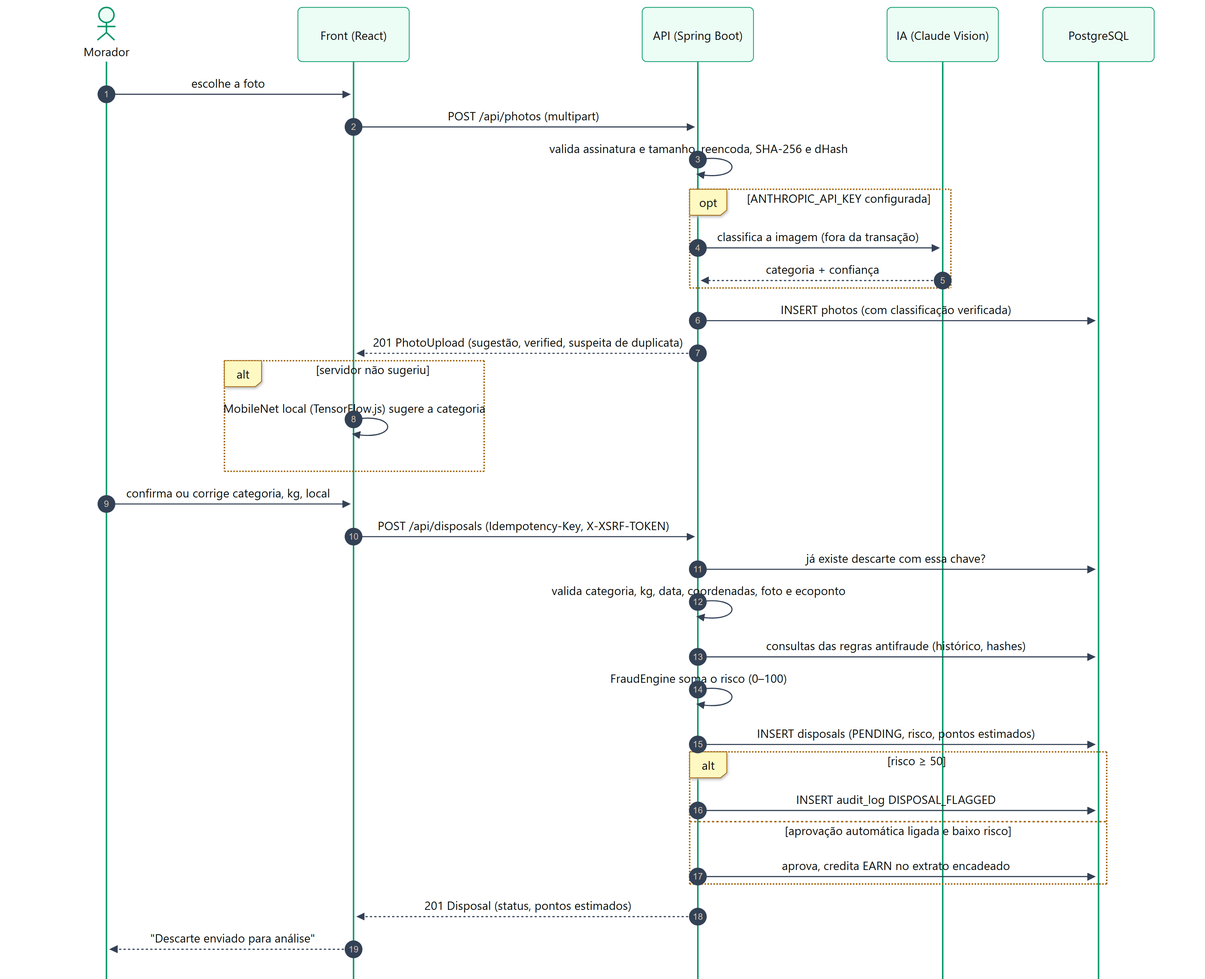
Above: docs/diagramas/seq-descarte.png in Leandro-Rafael/ExpoTech2.0_2026 (Mermaid), before the change. Its source is kept beside it as docs/diagramas/src/seq-descarte.mmd.
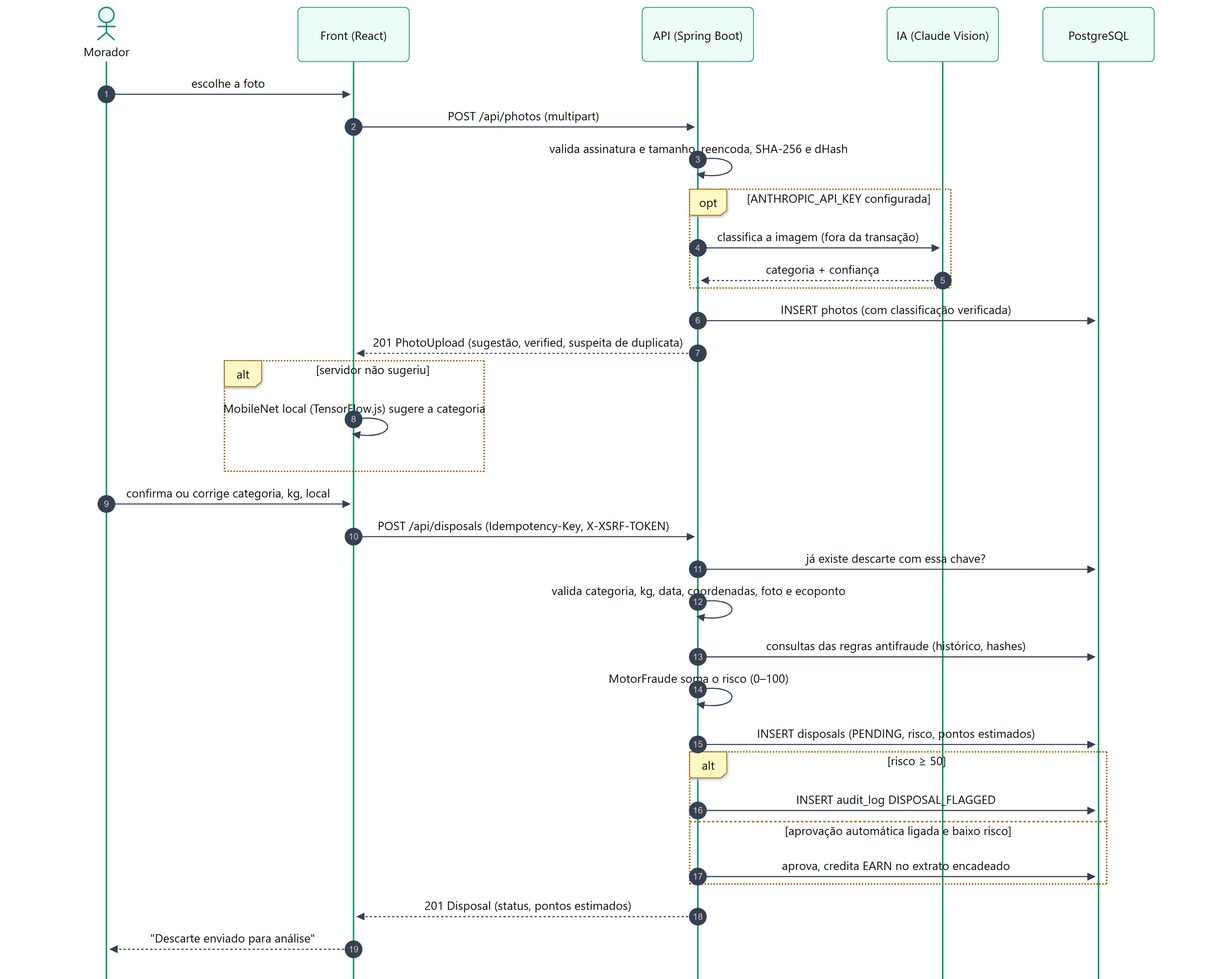
The same file after the commit.

The edit, as a diff of the source:
```diff
@@ -23,7 +23,7 @@
     A->>D: já existe descarte com essa chave?
     A->>A: valida categoria, kg, data, coordenadas, foto e ecoponto
     A->>D: consultas das regras antifraude (histórico, hashes)
-    A->>A: FraudEngine soma o risco (0–100)
+    A->>A: MotorFraude soma o risco (0–100)
     A->>D: INSERT disposals (PENDING, risco, pontos estimados)
     alt risco ≥ 50
         A->>D: INSERT audit_log DISPOSAL_FLAGGED
```
